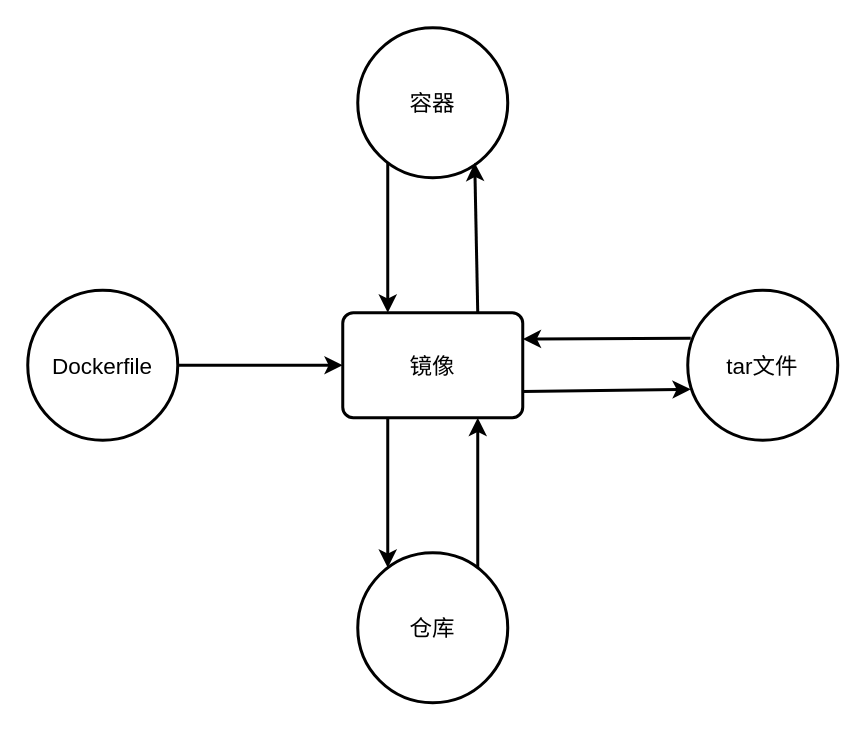
Before: 未命名绘图.drawio in srcrs/draw-static, a draw.io diagram. Source tidied: cells renumbered, new cells numbered last; positions are measured from the earlier drawing's top-left corner, leaving out a move shared by most shapes. Both pictures are drawn from the tidied source at 150%, with x=0, y=0 at pixel (27, 27).
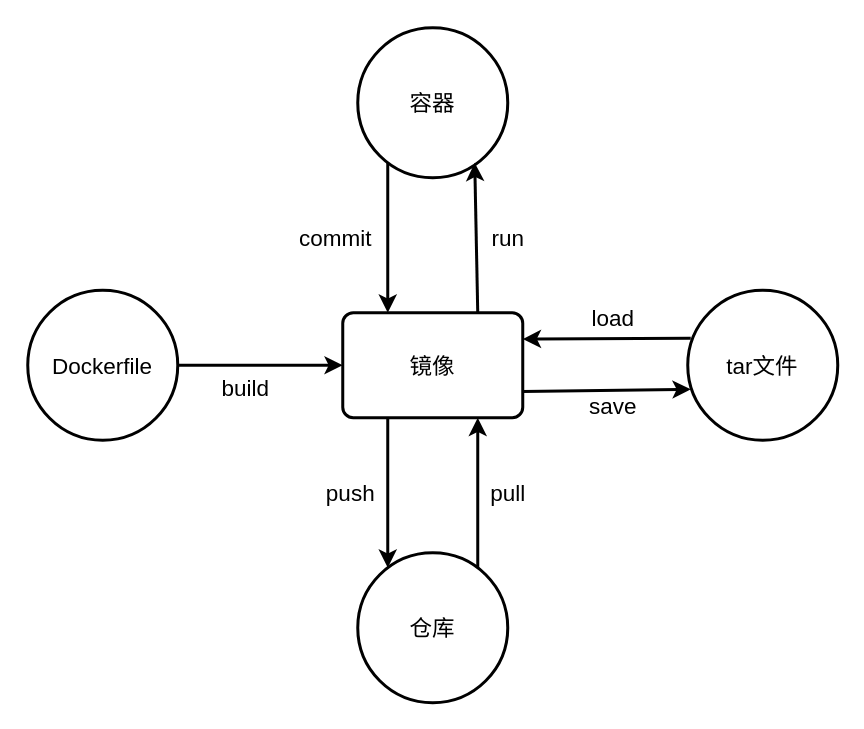
The same page after the edit.

Commit message:
更新未命名绘图.drawio

What changed in the source:
```diff
@@
+    <mxCell id="14" value="run" style="text;html=1;align=center;verticalAlign=middle;strokeColor=none;fontSize=15;" parent="1" vertex="1">
+      <mxGeometry x="300" y="130" width="40" height="20" as="geometry" />
+    </mxCell>
+    <mxCell id="15" value="commit" style="text;html=1;align=center;verticalAlign=middle;strokeColor=none;fontSize=15;" parent="1" vertex="1">
+      <mxGeometry x="175" y="130" width="60" height="20" as="geometry" />
+    </mxCell>
+    <mxCell id="16" value="build" style="text;html=1;align=center;verticalAlign=middle;strokeColor=none;fontSize=15;" parent="1" vertex="1">
+      <mxGeometry x="120" y="230" width="50" height="20" as="geometry" />
+    </mxCell>
+    <mxCell id="17" value="push" style="text;html=1;align=center;verticalAlign=middle;strokeColor=none;fontSize=15;" parent="1" vertex="1">
+      <mxGeometry x="190" y="300" width="50" height="20" as="geometry" />
+    </mxCell>
+    <mxCell id="18" value="pull" style="text;html=1;align=center;verticalAlign=middle;strokeColor=none;fontSize=15;" parent="1" vertex="1">
+      <mxGeometry x="300" y="300" width="40" height="20" as="geometry" />
+    </mxCell>
+    <mxCell id="19" value="load" style="text;html=1;align=center;verticalAlign=middle;strokeColor=none;fontSize=15;" parent="1" vertex="1">
+      <mxGeometry x="370" y="183" width="40" height="20" as="geometry" />
+    </mxCell>
+    <mxCell id="20" value="save" style="text;html=1;align=center;verticalAlign=middle;strokeColor=none;fontSize=15;" parent="1" vertex="1">
+      <mxGeometry x="365" y="242" width="50" height="20" as="geometry" />
+    </mxCell>
```
